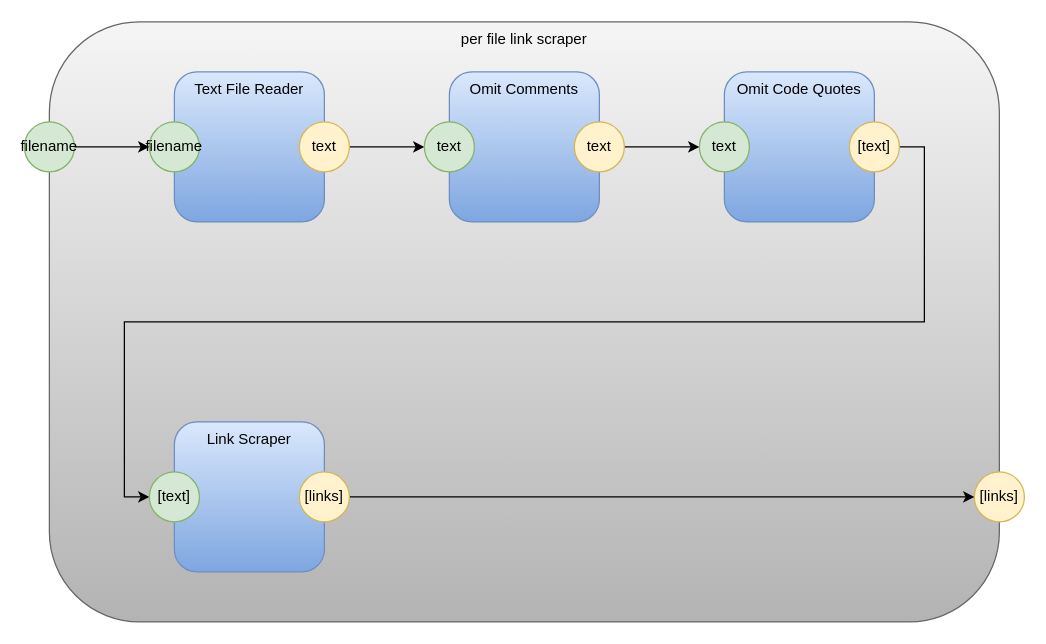
This is page "Per File Link Scraper" (2 of 15) of pm.drawio from guitarvydas/pypm, a draw.io file, before an edit. Source tidied: cells renumbered, new cells numbered last; positions are measured from the earlier drawing's top-left corner, leaving out a move shared by most shapes. Both pictures are drawn from the tidied source at 125%, with x=0, y=0 at pixel (24, 21).
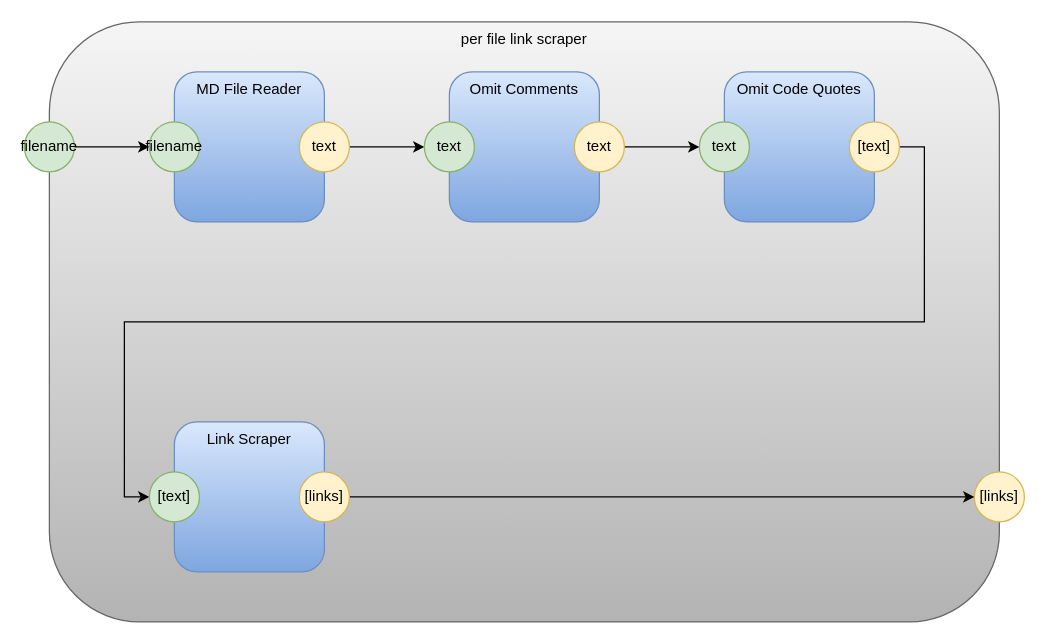
The same diagram, later.

Change to the diagram source:
```diff
@@
-    <mxCell id="3" value="Text File Reader" style="rounded=1;whiteSpace=wrap;html=1;horizontal=1;verticalAlign=top;fillColor=#dae8fc;strokeColor=#6c8ebf;gradientColor=#7ea6e0;" parent="1" vertex="1">
+    <mxCell id="3" value="MD File Reader" style="rounded=1;whiteSpace=wrap;html=1;horizontal=1;verticalAlign=top;fillColor=#dae8fc;strokeColor=#6c8ebf;gradientColor=#7ea6e0;" parent="1" vertex="1">
       <mxGeometry x="120" y="40" width="120" height="120" as="geometry" />
     </mxCell>
```
